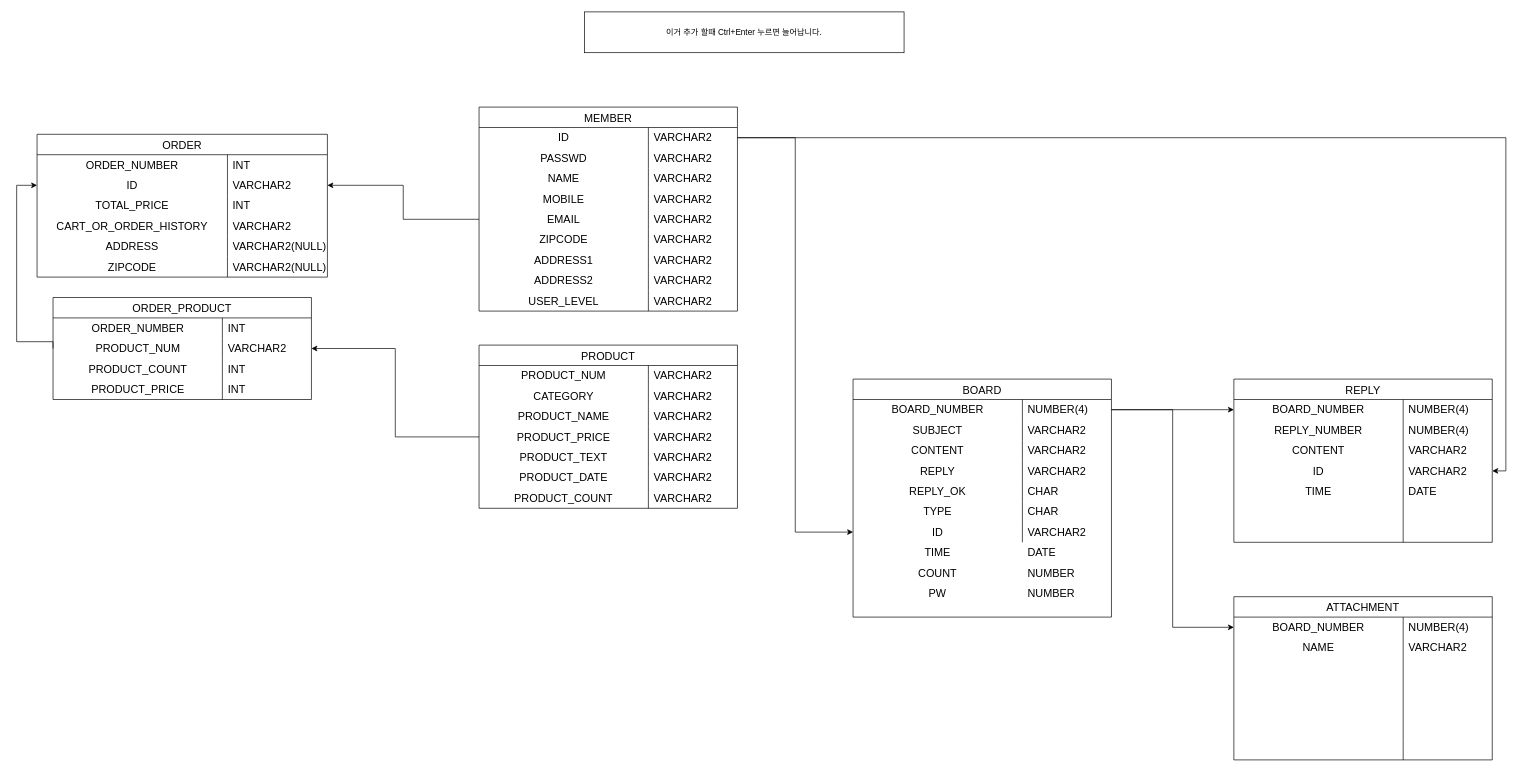
This is 제목 없는 다이어그램.drawio from Rookies13/Senanam, a draw.io file, before an edit. Source tidied: cells renumbered, new cells numbered last; positions are measured from the earlier drawing's top-left corner, leaving out a move shared by most shapes. Both pictures are drawn from the tidied source at 68%, with x=0, y=0 at pixel (16, 12).
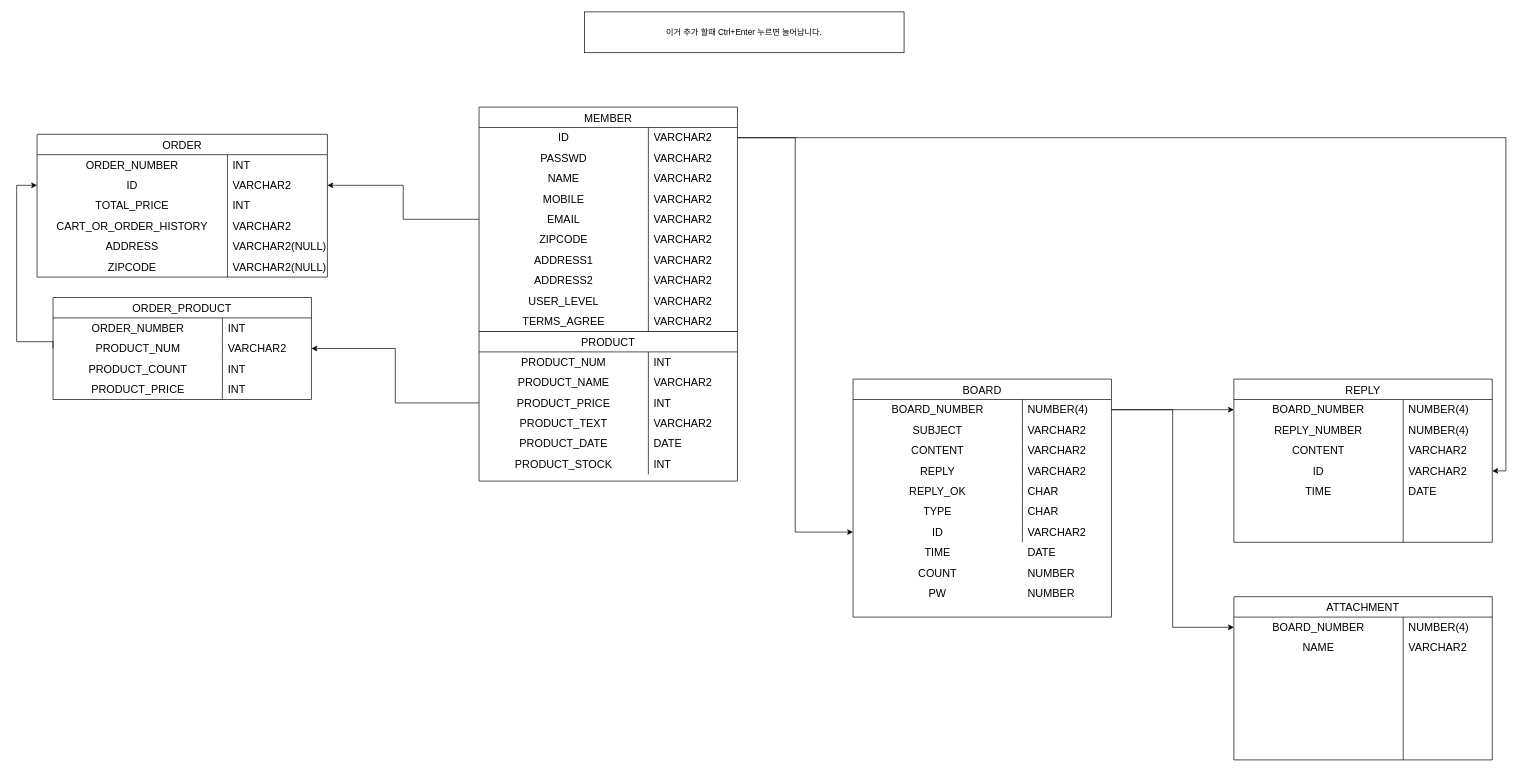
The same page after the edit.

Commit message:
제목 없는 다이어그램.drawio 업데이트

The change refers to these unchanged cells:
```xml
<mxCell id="32" style="shape=tableRow;horizontal=0;startSize=0;swimlaneHead=0;swimlaneBody=0;top=0;left=0;bottom=0;right=0;fillColor=none;strokeColor=inherit;fontSize=16;" parent="31" vertex="1">
  <mxGeometry y="30" width="380" height="30" as="geometry" />
</mxCell>
```

Change to the diagram source:
```diff
@@
     <mxCell id="2" value="MEMBER" style="shape=table;startSize=30;childLayout=tableLayout;rowLines=0;fontStyle=0;strokeColor=default;fontSize=16;" parent="1" vertex="1">
-      <mxGeometry x="680" y="140" width="380" height="300" as="geometry" />
+      <mxGeometry x="680" y="140" width="380" height="330" as="geometry" />
     </mxCell>
@@
+    <mxCell id="164" style="shape=tableRow;horizontal=0;startSize=0;swimlaneHead=0;swimlaneBody=0;top=0;left=0;bottom=0;right=0;fillColor=none;strokeColor=inherit;fontSize=16;" parent="2" vertex="1">
+      <mxGeometry y="300" width="380" height="30" as="geometry" />
+    </mxCell>
+    <mxCell id="165" value="TERMS_AGREE" style="shape=partialRectangle;html=1;whiteSpace=wrap;fillColor=none;top=0;left=0;bottom=0;right=0;overflow=hidden;strokeColor=inherit;fontSize=16;" parent="164" vertex="1">
+      <mxGeometry width="249" height="30" as="geometry" />
+    </mxCell>
+    <mxCell id="37" value="VARCHAR2" style="shape=partialRectangle;html=1;whiteSpace=wrap;fillColor=none;top=0;left=0;bottom=0;right=0;align=left;spacingLeft=6;overflow=hidden;strokeColor=inherit;fontSize=16;" parent="164" vertex="1">
+      <mxGeometry x="249" width="131" height="30" as="geometry" />
+    </mxCell>
@@
     <mxCell id="31" value="PRODUCT" style="shape=table;startSize=30;childLayout=tableLayout;rowLines=0;fontStyle=0;strokeColor=default;fontSize=16;" parent="1" vertex="1">
-      <mxGeometry x="680" y="490" width="380" height="240" as="geometry" />
+      <mxGeometry x="680" y="470" width="380" height="220" as="geometry" />
     </mxCell>
@@
-    <mxCell id="34" value="VARCHAR2" style="shape=partialRectangle;html=1;whiteSpace=wrap;fillColor=none;top=0;left=0;bottom=0;right=0;align=left;spacingLeft=6;overflow=hidden;strokeColor=inherit;fontSize=16;" parent="32" vertex="1">
+    <mxCell id="34" value="INT" style="shape=partialRectangle;html=1;whiteSpace=wrap;fillColor=none;top=0;left=0;bottom=0;right=0;align=left;spacingLeft=6;overflow=hidden;strokeColor=inherit;fontSize=16;" parent="32" vertex="1">
       <mxGeometry x="249" width="131" height="30" as="geometry" />
     </mxCell>
-    <mxCell id="35" style="shape=tableRow;horizontal=0;startSize=0;swimlaneHead=0;swimlaneBody=0;top=0;left=0;bottom=0;right=0;fillColor=none;strokeColor=inherit;fontSize=16;" parent="31" vertex="1">
-      <mxGeometry y="60" width="380" height="30" as="geometry" />
-    </mxCell>
-    <mxCell id="36" value="CATEGORY" style="shape=partialRectangle;html=1;whiteSpace=wrap;fillColor=none;top=0;left=0;bottom=0;right=0;overflow=hidden;strokeColor=inherit;fontSize=16;" parent="35" vertex="1">
-      <mxGeometry width="249" height="30" as="geometry" />
-    </mxCell>
-    <mxCell id="37" value="VARCHAR2" style="shape=partialRectangle;html=1;whiteSpace=wrap;fillColor=none;top=0;left=0;bottom=0;right=0;align=left;spacingLeft=6;overflow=hidden;strokeColor=inherit;fontSize=16;" parent="35" vertex="1">
-      <mxGeometry x="249" width="131" height="30" as="geometry" />
-    </mxCell>
     <mxCell id="38" style="shape=tableRow;horizontal=0;startSize=0;swimlaneHead=0;swimlaneBody=0;top=0;left=0;bottom=0;right=0;fillColor=none;strokeColor=inherit;fontSize=16;" parent="31" vertex="1">
-      <mxGeometry y="90" width="380" height="30" as="geometry" />
+      <mxGeometry y="60" width="380" height="30" as="geometry" />
     </mxCell>
@@
     <mxCell id="41" style="shape=tableRow;horizontal=0;startSize=0;swimlaneHead=0;swimlaneBody=0;top=0;left=0;bottom=0;right=0;fillColor=none;points=[[0,0.5],[1,0.5]];portConstraint=eastwest;strokeColor=inherit;fontSize=16;" parent="31" vertex="1">
-      <mxGeometry y="120" width="380" height="30" as="geometry" />
+      <mxGeometry y="90" width="380" height="30" as="geometry" />
     </mxCell>
@@
-    <mxCell id="43" value="VARCHAR2" style="shape=partialRectangle;html=1;whiteSpace=wrap;fillColor=none;top=0;left=0;bottom=0;right=0;align=left;spacingLeft=6;overflow=hidden;strokeColor=inherit;fontSize=16;" parent="41" vertex="1">
+    <mxCell id="43" value="INT" style="shape=partialRectangle;html=1;whiteSpace=wrap;fillColor=none;top=0;left=0;bottom=0;right=0;align=left;spacingLeft=6;overflow=hidden;strokeColor=inherit;fontSize=16;" parent="41" vertex="1">
       <mxGeometry x="249" width="131" height="30" as="geometry" />
     </mxCell>
     <mxCell id="44" style="shape=tableRow;horizontal=0;startSize=0;swimlaneHead=0;swimlaneBody=0;top=0;left=0;bottom=0;right=0;fillColor=none;strokeColor=inherit;fontSize=16;" parent="31" vertex="1">
-      <mxGeometry y="150" width="380" height="30" as="geometry" />
+      <mxGeometry y="120" width="380" height="30" as="geometry" />
     </mxCell>
@@
     <mxCell id="47" style="shape=tableRow;horizontal=0;startSize=0;swimlaneHead=0;swimlaneBody=0;top=0;left=0;bottom=0;right=0;fillColor=none;strokeColor=inherit;fontSize=16;" parent="31" vertex="1">
-      <mxGeometry y="180" width="380" height="30" as="geometry" />
+      <mxGeometry y="150" width="380" height="30" as="geometry" />
     </mxCell>
@@
-    <mxCell id="49" value="VARCHAR2" style="shape=partialRectangle;html=1;whiteSpace=wrap;fillColor=none;top=0;left=0;bottom=0;right=0;align=left;spacingLeft=6;overflow=hidden;strokeColor=inherit;fontSize=16;" parent="47" vertex="1">
+    <mxCell id="49" value="DATE" style="shape=partialRectangle;html=1;whiteSpace=wrap;fillColor=none;top=0;left=0;bottom=0;right=0;align=left;spacingLeft=6;overflow=hidden;strokeColor=inherit;fontSize=16;" parent="47" vertex="1">
       <mxGeometry x="249" width="131" height="30" as="geometry" />
     </mxCell>
     <mxCell id="50" style="shape=tableRow;horizontal=0;startSize=0;swimlaneHead=0;swimlaneBody=0;top=0;left=0;bottom=0;right=0;fillColor=none;strokeColor=inherit;fontSize=16;" parent="31" vertex="1">
-      <mxGeometry y="210" width="380" height="30" as="geometry" />
+      <mxGeometry y="180" width="380" height="30" as="geometry" />
     </mxCell>
-    <mxCell id="51" value="PRODUCT_COUNT" style="shape=partialRectangle;html=1;whiteSpace=wrap;fillColor=none;top=0;left=0;bottom=0;right=0;overflow=hidden;strokeColor=inherit;fontSize=16;" parent="50" vertex="1">
+    <mxCell id="51" value="PRODUCT_STOCK" style="shape=partialRectangle;html=1;whiteSpace=wrap;fillColor=none;top=0;left=0;bottom=0;right=0;overflow=hidden;strokeColor=inherit;fontSize=16;" parent="50" vertex="1">
       <mxGeometry width="249" height="30" as="geometry" />
     </mxCell>
-    <mxCell id="52" value="VARCHAR2" style="shape=partialRectangle;html=1;whiteSpace=wrap;fillColor=none;top=0;left=0;bottom=0;right=0;align=left;spacingLeft=6;overflow=hidden;strokeColor=inherit;fontSize=16;" parent="50" vertex="1">
+    <mxCell id="52" value="INT" style="shape=partialRectangle;html=1;whiteSpace=wrap;fillColor=none;top=0;left=0;bottom=0;right=0;align=left;spacingLeft=6;overflow=hidden;strokeColor=inherit;fontSize=16;" parent="50" vertex="1">
       <mxGeometry x="249" width="131" height="30" as="geometry" />
     </mxCell>
```
